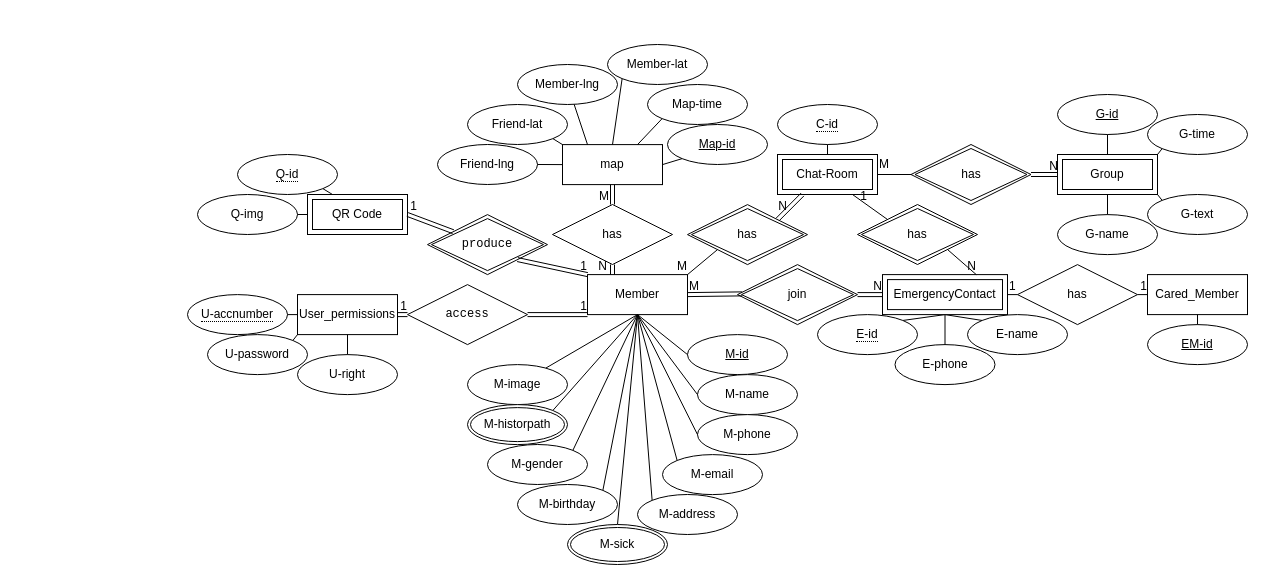
Before: page "ER-Mod" (3 of 3) of Untitled Diagram.drawio in may900620/codepanimg, a draw.io diagram. Source tidied: cells renumbered, new cells numbered last; positions are measured from the earlier drawing's top-left corner, leaving out a move shared by most shapes. Both pictures are drawn from the tidied source at 100%, with x=0, y=0 at pixel (187, 24).
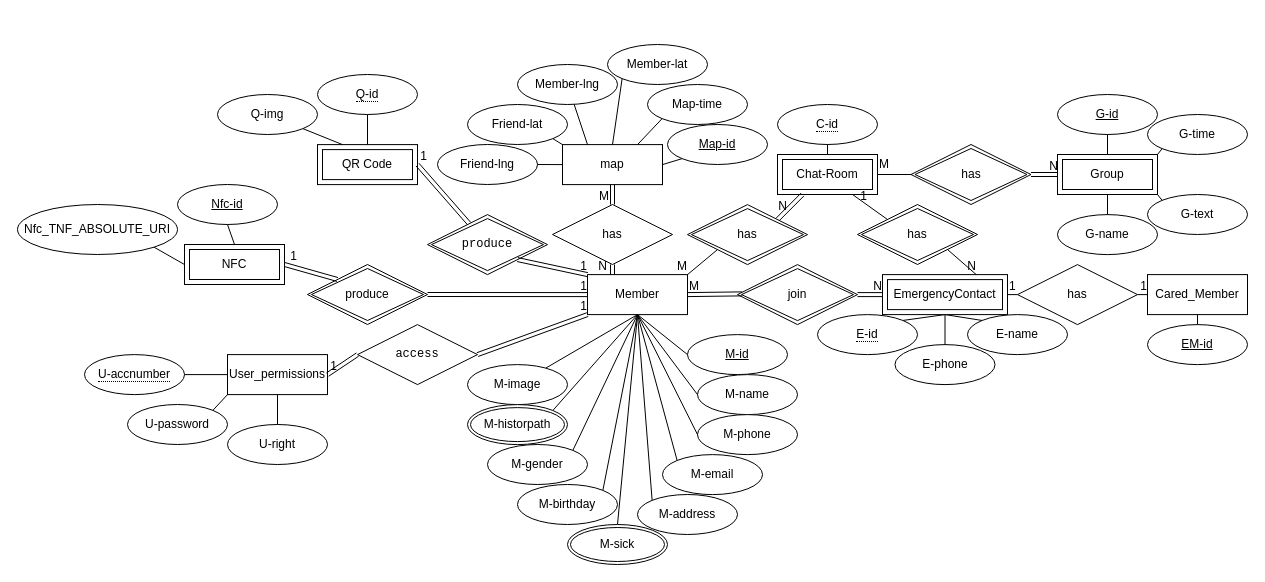
Above is the later version.

Unchanged cells that the change refers to:
```xml
<mxCell id="3" value="Member" style="whiteSpace=wrap;html=1;align=center;" parent="1" vertex="1">
  <mxGeometry x="400" y="250.1" width="100" height="40" as="geometry" />
</mxCell>
```

The edit, as a diff of the source:
```diff
@@
     <mxCell id="33" value="User_permissions" style="whiteSpace=wrap;html=1;align=center;gradientColor=none;" parent="1" vertex="1">
-      <mxGeometry x="110" y="270.1" width="100" height="40" as="geometry" />
+      <mxGeometry x="40" y="330.1" width="100" height="40" as="geometry" />
     </mxCell>
@@
     <mxCell id="36" value="&lt;div class=&quot;tw-ta-container F0azHf tw-nfl&quot; id=&quot;tw-target-text-container&quot; tabindex=&quot;0&quot;&gt;&lt;pre class=&quot;tw-data-text tw-text-large tw-ta&quot; id=&quot;tw-target-text&quot; style=&quot;text-align: left&quot;&gt;&lt;span class=&quot;Y2IQFc&quot; lang=&quot;en&quot;&gt;access&lt;/span&gt;&lt;/pre&gt;&lt;/div&gt;" style="shape=rhombus;perimeter=rhombusPerimeter;whiteSpace=wrap;html=1;align=center;gradientColor=none;" parent="1" vertex="1">
-      <mxGeometry x="220" y="260.1" width="120" height="60" as="geometry" />
+      <mxGeometry x="170" y="300.1" width="120" height="60" as="geometry" />
     </mxCell>
     <mxCell id="37" value="U-password" style="ellipse;whiteSpace=wrap;html=1;align=center;gradientColor=none;" parent="1" vertex="1">
-      <mxGeometry x="20" y="310.1" width="100" height="40" as="geometry" />
+      <mxGeometry x="-60" y="380" width="100" height="40" as="geometry" />
     </mxCell>
     <mxCell id="38" value="&lt;div&gt;&lt;span style=&quot;border-bottom: 1px dotted&quot;&gt;U-accnumber&lt;/span&gt;&lt;/div&gt;" style="ellipse;whiteSpace=wrap;html=1;align=center;gradientColor=none;" parent="1" vertex="1">
-      <mxGeometry y="270.1" width="100" height="40" as="geometry" />
+      <mxGeometry x="-103" y="330.1" width="100" height="40" as="geometry" />
     </mxCell>
     <mxCell id="39" value="U-right" style="ellipse;whiteSpace=wrap;html=1;align=center;gradientColor=none;" parent="1" vertex="1">
-      <mxGeometry x="110" y="330.1" width="100" height="40" as="geometry" />
+      <mxGeometry x="40" y="400" width="100" height="40" as="geometry" />
     </mxCell>
@@
     <mxCell id="44" value="Q-img" style="ellipse;whiteSpace=wrap;html=1;align=center;gradientColor=none;" parent="1" vertex="1">
-      <mxGeometry x="10" y="170" width="100" height="40" as="geometry" />
+      <mxGeometry x="30" y="70" width="100" height="40" as="geometry" />
     </mxCell>
     <mxCell id="45" value="&lt;span style=&quot;border-bottom: 1px dotted&quot;&gt;Q-id&lt;/span&gt;" style="ellipse;whiteSpace=wrap;html=1;align=center;gradientColor=none;" parent="1" vertex="1">
-      <mxGeometry x="50" y="130" width="100" height="40" as="geometry" />
+      <mxGeometry x="130" y="50" width="100" height="40" as="geometry" />
     </mxCell>
     <mxCell id="46" value="QR Code" style="shape=ext;margin=3;double=1;whiteSpace=wrap;html=1;align=center;gradientColor=none;" parent="1" vertex="1">
-      <mxGeometry x="120" y="170" width="100" height="40" as="geometry" />
+      <mxGeometry x="130" y="120.1" width="100" height="40" as="geometry" />
     </mxCell>
-    <mxCell id="47" style="endArrow=none;html=1;rounded=0;entryX=1;entryY=1;entryDx=0;entryDy=0;exitX=0.25;exitY=0;exitDx=0;exitDy=0;" parent="1" edge="1" source="46" target="45">
+    <mxCell id="47" style="endArrow=none;html=1;rounded=0;entryX=0.5;entryY=1;entryDx=0;entryDy=0;exitX=0.5;exitY=0;exitDx=0;exitDy=0;" parent="1" edge="1" source="46" target="45">
       <mxGeometry relative="1" as="geometry" />
     </mxCell>
-    <mxCell id="48" style="endArrow=none;html=1;rounded=0;entryX=1;entryY=0.5;entryDx=0;entryDy=0;exitX=0;exitY=0.5;exitDx=0;exitDy=0;" parent="1" edge="1" source="46" target="44">
+    <mxCell id="48" style="endArrow=none;html=1;rounded=0;exitX=0.25;exitY=0;exitDx=0;exitDy=0;entryX=1;entryY=1;entryDx=0;entryDy=0;" parent="1" edge="1" source="46" target="44">
       <mxGeometry relative="1" as="geometry" />
     </mxCell>
@@
+    <mxCell id="113" value="&lt;div&gt;produce&lt;/div&gt;" style="shape=rhombus;double=1;perimeter=rhombusPerimeter;whiteSpace=wrap;html=1;align=center;" parent="1" vertex="1">
+      <mxGeometry x="120" y="240" width="120" height="60" as="geometry" />
+    </mxCell>
+    <mxCell id="114" style="shape=link;html=1;rounded=0;entryX=0;entryY=0.5;entryDx=0;entryDy=0;exitX=1;exitY=0.5;exitDx=0;exitDy=0;" parent="1" edge="1" source="113" target="3">
+      <mxGeometry relative="1" as="geometry" />
+    </mxCell>
+    <mxCell id="115" value="1" style="html=1;align=right;verticalAlign=bottom;" parent="114" vertex="1">
+      <mxGeometry x="1" relative="1" as="geometry" />
+    </mxCell>
+    <mxCell id="116" value="&lt;div&gt;NFC&lt;/div&gt;" style="shape=ext;margin=3;double=1;whiteSpace=wrap;html=1;align=center;" parent="1" vertex="1">
+      <mxGeometry x="-3" y="220" width="100" height="40" as="geometry" />
+    </mxCell>
+    <mxCell id="117" style="shape=link;html=1;rounded=0;exitX=0;exitY=0;exitDx=0;exitDy=0;entryX=1;entryY=0.5;entryDx=0;entryDy=0;" parent="1" edge="1" source="113" target="116">
+      <mxGeometry relative="1" as="geometry" />
+    </mxCell>
+    <mxCell id="118" value="1" style="html=1;align=right;verticalAlign=bottom;" parent="117" vertex="1">
+      <mxGeometry x="1" relative="1" as="geometry">
+        <mxPoint x="13" as="offset" />
+      </mxGeometry>
+    </mxCell>
+    <mxCell id="119" value="Nfc-id" style="ellipse;whiteSpace=wrap;html=1;align=center;fontStyle=4;" parent="1" vertex="1">
+      <mxGeometry x="-10" y="160" width="100" height="40" as="geometry" />
+    </mxCell>
+    <mxCell id="120" style="endArrow=none;html=1;rounded=0;entryX=0.5;entryY=0;entryDx=0;entryDy=0;exitX=0.5;exitY=1;exitDx=0;exitDy=0;" parent="1" edge="1" source="119" target="116">
+      <mxGeometry relative="1" as="geometry" />
+    </mxCell>
+    <mxCell id="121" value="Nfc_TNF_ABSOLUTE_URI" style="ellipse;whiteSpace=wrap;html=1;align=center;" parent="1" vertex="1">
+      <mxGeometry x="-170" y="180" width="160" height="50" as="geometry" />
+    </mxCell>
+    <mxCell id="122" style="endArrow=none;html=1;rounded=0;exitX=1;exitY=1;exitDx=0;exitDy=0;entryX=0;entryY=0.5;entryDx=0;entryDy=0;" parent="1" edge="1" source="121" target="116">
+      <mxGeometry relative="1" as="geometry" />
+    </mxCell>
```
